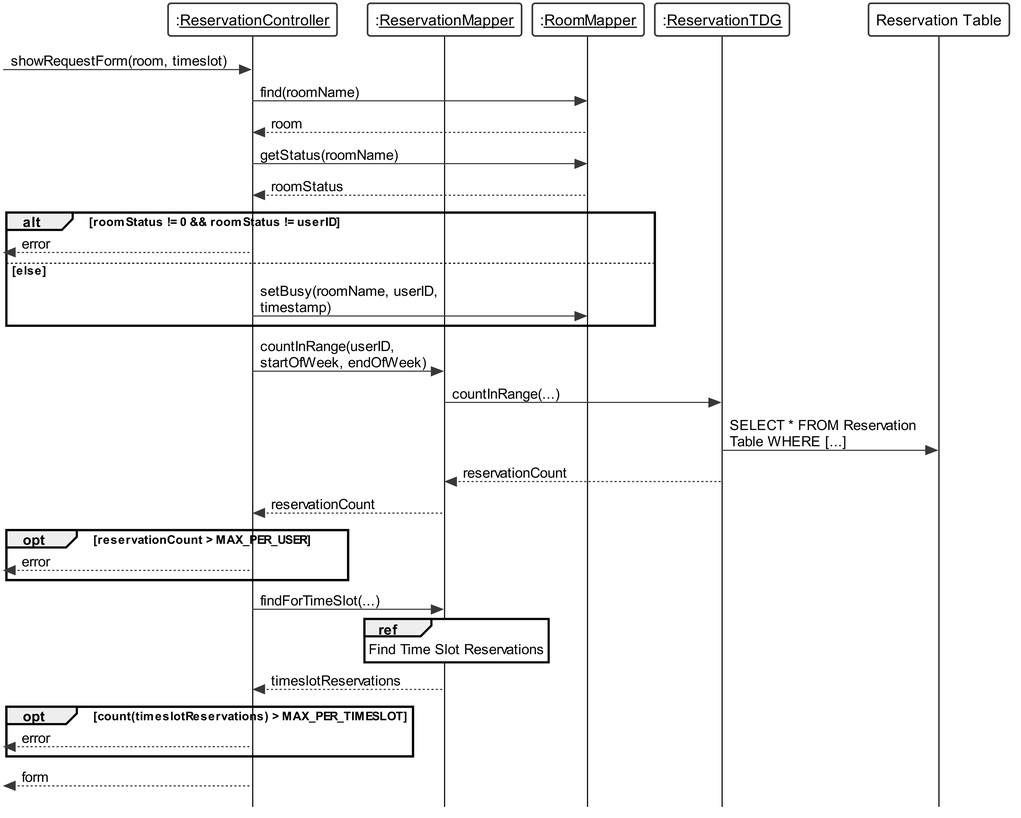
wolfcall/Tyrell-Corp keeps this PlantUML diagram as Documentation/plantuml/SD_UC04_1.png. Above is the earlier version.
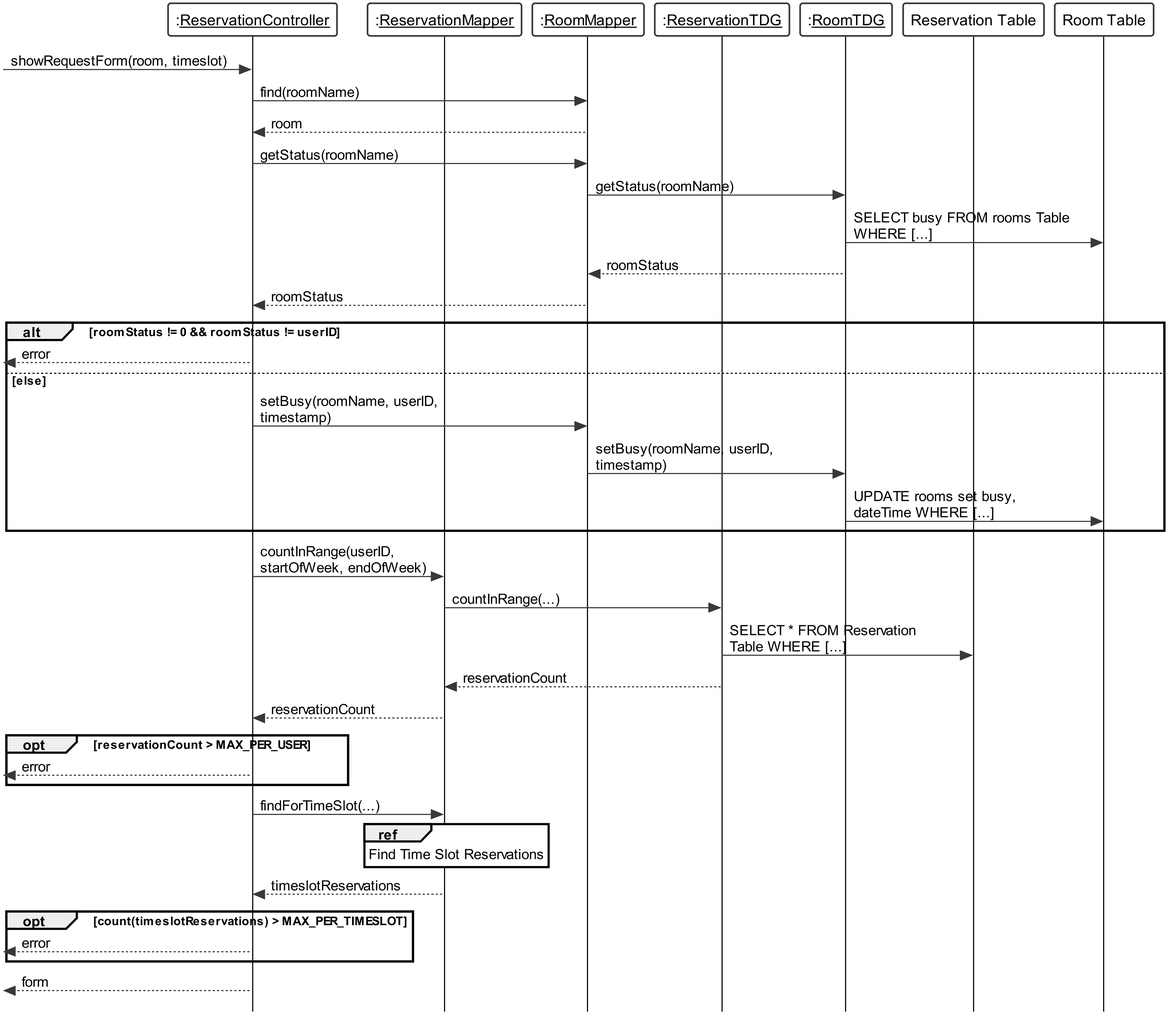
The same diagram one commit later.

What changed in the source:
```diff
@@ -29,19 +29,26 @@
 participant ":__ReservationMapper__" as rMapper
 participant ":__RoomMapper__" as roMapper
 participant ":__ReservationTDG__" as rTDG
+participant ":__RoomTDG__" as roTDG
 participant "Reservation Table" as rTable
+participant "Room Table" as roTable
 
 [-> rController: showRequestForm(room, timeslot)
 
 rController -> roMapper : find(roomName)
 roMapper --> rController : room
 rController -> roMapper : getStatus(roomName)
+roMapper -> roTDG : getStatus(roomName)
+roTDG -> roTable : SELECT busy FROM rooms Table WHERE [...]
+roTDG --> roMapper : roomStatus
 roMapper --> rController : roomStatus
 
 alt roomStatus != 0 && roomStatus != userID
 	[<--rController : error
 else else
 	rController -> roMapper : setBusy(roomName, userID, timestamp)
+	roMapper -> roTDG : setBusy(roomName, userID, timestamp)
+	roTDG -> roTable : UPDATE rooms set busy, dateTime WHERE [...]
 end
 
 rController -> rMapper : countInRange(userID, startOfWeek, endOfWeek)
```
